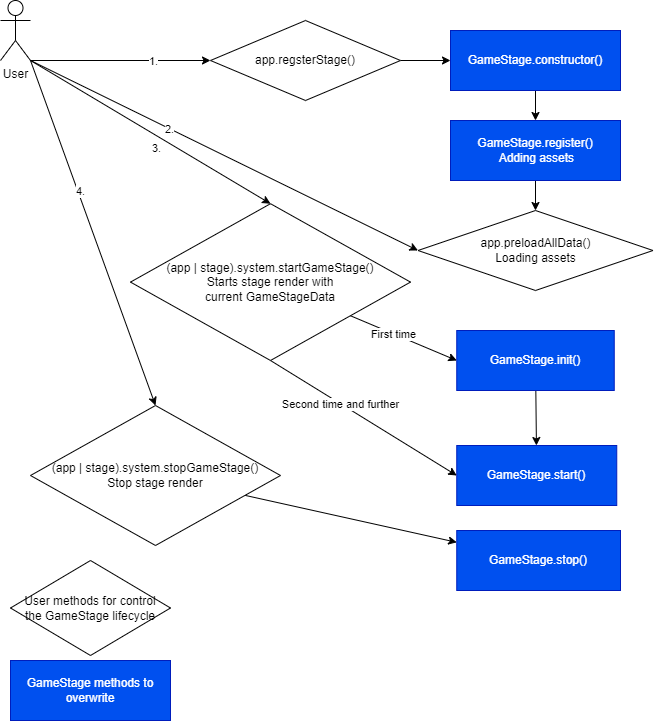
Earlier version of the draw.io export schemes/lifecycle.png (ALapinskas/jsge). Source tidied: cells renumbered, new cells last; positions are measured from the earlier drawing's top-left corner, leaving out a move shared by most shapes.
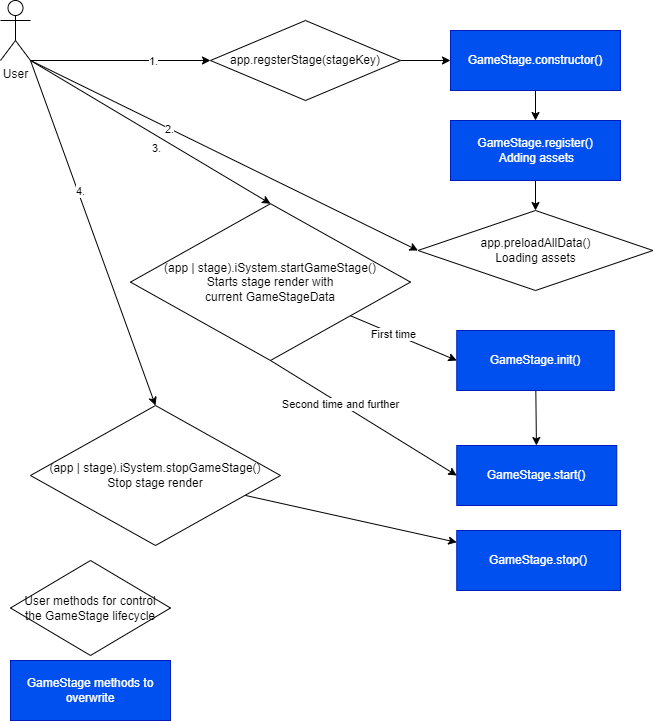
Later version of the same file.

Change to the diagram source:
```diff
@@ -64,7 +64,7 @@
     <mxCell id="19" style="edgeStyle=none;html=1;" parent="1" edge="1" source="20" target="3">
       <mxGeometry relative="1" as="geometry" />
     </mxCell>
-    <mxCell id="20" value="app.regsterStage()" style="rhombus;whiteSpace=wrap;html=1;rounded=0;" parent="1" vertex="1">
+    <mxCell id="20" value="app.regsterStage(stageKey)" style="rhombus;whiteSpace=wrap;html=1;rounded=0;" parent="1" vertex="1">
       <mxGeometry x="210" y="20" width="190" height="80" as="geometry" />
     </mxCell>
     <mxCell id="21" style="edgeStyle=none;html=1;entryX=0;entryY=0.5;entryDx=0;entryDy=0;" parent="1" edge="1" source="25" target="8">
@@ -81,13 +81,13 @@
     <mxCell id="24" value="Second time and further" style="edgeLabel;html=1;align=center;verticalAlign=middle;" parent="23" vertex="1">
       <mxGeometry x="-0.25" y="-1" relative="1" as="geometry" />
     </mxCell>
-    <mxCell id="25" value="(app | stage).system.startGameStage()&lt;br&gt;Starts stage render with&lt;br&gt;current GameStageData&lt;br&gt;" style="rhombus;whiteSpace=wrap;html=1;rounded=0;" parent="1" vertex="1">
+    <mxCell id="25" value="(app | stage).iSystem.startGameStage()&lt;br&gt;Starts stage render with&lt;br&gt;current GameStageData&lt;br&gt;" style="rhombus;whiteSpace=wrap;html=1;rounded=0;" parent="1" vertex="1">
       <mxGeometry x="130" y="203.2" width="280" height="156.8" as="geometry" />
     </mxCell>
     <mxCell id="26" style="edgeStyle=none;html=1;" parent="1" edge="1" source="27" target="28">
       <mxGeometry relative="1" as="geometry" />
     </mxCell>
-    <mxCell id="27" value="(app | stage).system.stopGameStage()&lt;br&gt;Stop stage render" style="rhombus;whiteSpace=wrap;html=1;rounded=0;" parent="1" vertex="1">
+    <mxCell id="27" value="(app | stage).iSystem.stopGameStage()&lt;br&gt;Stop stage render" style="rhombus;whiteSpace=wrap;html=1;rounded=0;" parent="1" vertex="1">
       <mxGeometry x="30" y="405" width="250" height="140" as="geometry" />
     </mxCell>
     <mxCell id="28" value="GameStage.stop()" style="whiteSpace=wrap;html=1;rounded=0;fillColor=#0050ef;fontColor=#ffffff;strokeColor=#001DBC;" parent="1" vertex="1">
```
